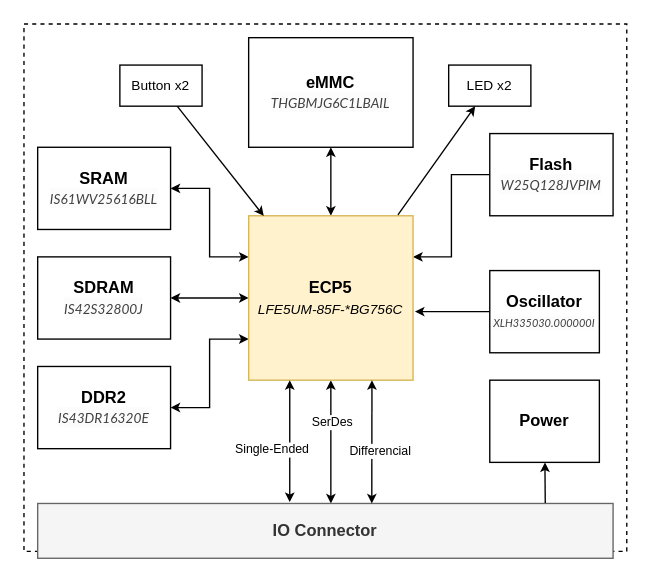
Earlier version of the draw.io diagram docs/src/assets/overview.drawio (ECAP5/ECAP5-BSOM). Source tidied: cells renumbered, new cells numbered last; positions are measured from the earlier drawing's top-left corner, leaving out a move shared by most shapes. Both pictures are drawn from the tidied source at 137%, with x=0, y=0 at pixel (23, 23).
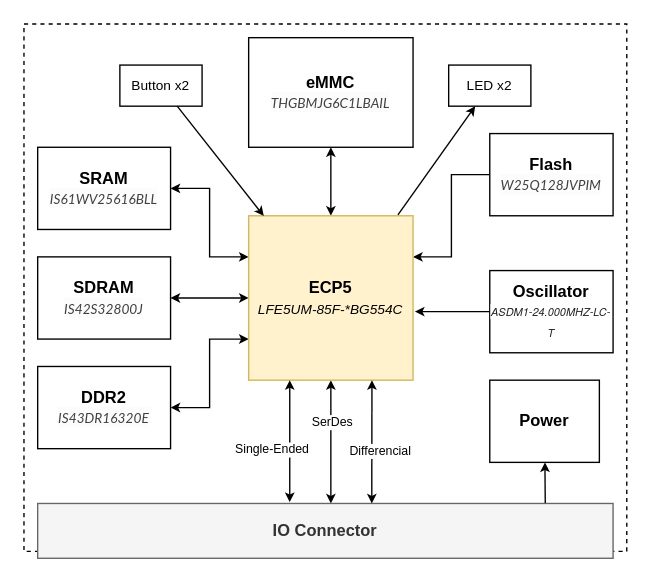
The same diagram, later.

Commit message (it also covers changes not shown here):
Update the architecture document with the available components

What changed in the source:
```diff
@@
-    <mxCell id="10" value="&lt;b&gt;ECP5&lt;/b&gt;&lt;div&gt;&lt;font style=&quot;font-size: 10px;&quot;&gt;&lt;i&gt;LFE5UM-85F-*BG756C&lt;/i&gt;&lt;/font&gt;&lt;/div&gt;" style="whiteSpace=wrap;html=1;fillColor=#fff2cc;strokeColor=#d6b656;" parent="1" vertex="1">
+    <mxCell id="10" value="&lt;b&gt;ECP5&lt;/b&gt;&lt;div&gt;&lt;font style=&quot;font-size: 10px;&quot;&gt;&lt;i&gt;LFE5UM-85F-*BG554C&lt;/i&gt;&lt;/font&gt;&lt;/div&gt;" style="whiteSpace=wrap;html=1;fillColor=#fff2cc;strokeColor=#d6b656;" parent="1" vertex="1">
       <mxGeometry x="164" y="140" width="120" height="120" as="geometry" />
     </mxCell>
@@
-    <mxCell id="27" value="&lt;b&gt;Oscillator&lt;/b&gt;&lt;div&gt;&lt;i style=&quot;background-color: initial; font-size: 8px;&quot;&gt;&lt;span style=&quot;background-color: rgb(252, 252, 252); color: rgb(64, 64, 64); font-family: Lato, proxima-nova, &amp;quot;Helvetica Neue&amp;quot;, Arial, sans-serif; text-align: start; caret-color: rgb(64, 64, 64);&quot;&gt;XLH335030.000000I&lt;/span&gt;&lt;/i&gt;&lt;/div&gt;" style="rounded=0;whiteSpace=wrap;html=1;" parent="1" vertex="1">
-      <mxGeometry x="340" y="180" width="80" height="60" as="geometry" />
+    <mxCell id="27" value="&lt;b&gt;Oscillator&lt;/b&gt;&lt;div&gt;&lt;i style=&quot;font-size: 8px; background-color: rgb(255, 255, 255); color: rgb(34, 34, 34); font-family: &amp;quot;Helvetica Neue&amp;quot;, Helvetica, &amp;quot;PingFang SC&amp;quot;, &amp;quot;Hiragino Sans GB&amp;quot;, &amp;quot;Microsoft YaHei&amp;quot;, 微软雅黑, Arial, sans-serif; text-align: start; caret-color: rgb(34, 34, 34);&quot;&gt;ASDM1-24.000MHZ-LC-T&lt;/i&gt;&lt;br&gt;&lt;/div&gt;" style="rounded=0;whiteSpace=wrap;html=1;" parent="1" vertex="1">
+      <mxGeometry x="340" y="180" width="90" height="60" as="geometry" />
     </mxCell>
```
